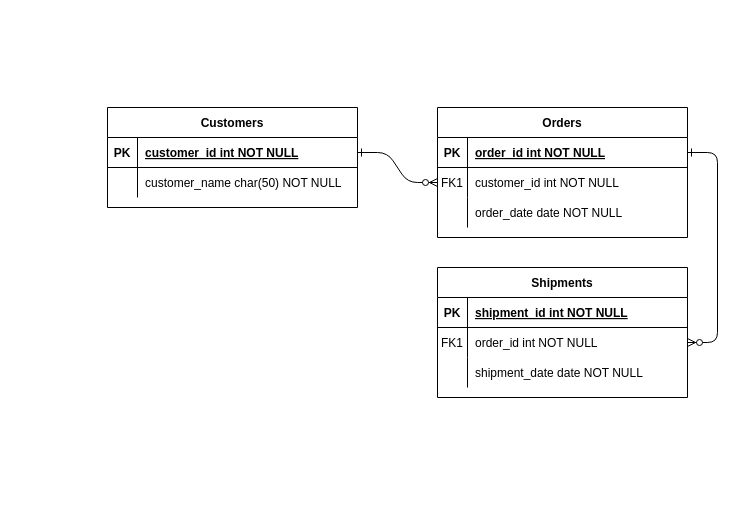
Earlier version of the draw.io diagram 제목 없는 다이어그램.drawio (kimdohyun2/HomePractice). Source tidied: cells renumbered, new cells numbered last; positions are measured from the earlier drawing's top-left corner, leaving out a move shared by most shapes. Both pictures are drawn from the tidied source at 100%, with x=0, y=0 at pixel (107, 107).
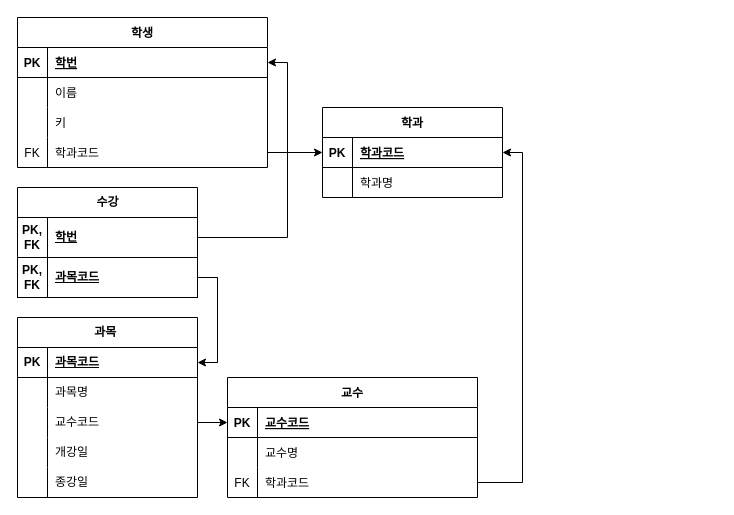
The same diagram, later.

Commit message:
제목 없는 다이어그램.drawio 업데이트

Unchanged cells that the change refers to:
```xml
<mxCell id="15" style="shape=partialRectangle;fillColor=none;points=[[0,0.5],[1,0.5]];portConstraint=eastwest;top=0;left=0;right=0;bottom=1;" parent="14" vertex="1">
  <mxGeometry y="30" width="250" height="30" as="geometry" />
</mxCell>
<mxCell id="18" style="shape=partialRectangle;fillColor=none;points=[[0,0.5],[1,0.5]];portConstraint=eastwest;top=0;left=0;right=0;bottom=0;" parent="14" vertex="1">
  <mxGeometry y="60" width="250" height="30" as="geometry" />
</mxCell>
<mxCell id="21" style="shape=partialRectangle;fillColor=none;points=[[0,0.5],[1,0.5]];portConstraint=eastwest;top=0;left=0;right=0;bottom=0;" parent="14" vertex="1">
  <mxGeometry y="90" width="250" height="30" as="geometry" />
</mxCell>
<mxCell id="25" style="shape=partialRectangle;fillColor=none;points=[[0,0.5],[1,0.5]];portConstraint=eastwest;top=0;left=0;right=0;bottom=1;" parent="24" vertex="1">
  <mxGeometry y="30" width="250" height="30" as="geometry" />
</mxCell>
<mxCell id="28" style="shape=partialRectangle;fillColor=none;top=0;left=0;right=0;bottom=0;" parent="24" vertex="1">
  <mxGeometry y="60" width="250" height="30" as="geometry" />
</mxCell>
```

Change to the diagram source:
```diff
@@
-    <mxCell id="2" style="edgeStyle=entityRelationEdgeStyle;endArrow=ERzeroToMany;startArrow=ERone;endFill=1;startFill=0;" parent="1" edge="1" source="25" target="8">
-      <mxGeometry relative="1" as="geometry" />
-    </mxCell>
-    <mxCell id="3" style="edgeStyle=entityRelationEdgeStyle;endArrow=ERzeroToMany;startArrow=ERone;endFill=1;startFill=0;" parent="1" edge="1" source="5" target="18">
-      <mxGeometry relative="1" as="geometry" />
-    </mxCell>
-    <mxCell id="4" value="Orders" style="shape=table;startSize=30;childLayout=tableLayout;rowLines=0;fontStyle=1;align=center;" parent="1" vertex="1">
-      <mxGeometry x="330" width="250" height="130" as="geometry" />
+    <mxCell id="4" value="학과" style="shape=table;startSize=30;childLayout=tableLayout;rowLines=0;fontStyle=1;align=center;" parent="1" vertex="1">
+      <mxGeometry x="215" width="180" height="90" as="geometry" />
     </mxCell>
     <mxCell id="5" style="shape=partialRectangle;fillColor=none;points=[[0,0.5],[1,0.5]];portConstraint=eastwest;top=0;left=0;right=0;bottom=1;" parent="4" vertex="1">
-      <mxGeometry y="30" width="250" height="30" as="geometry" />
+      <mxGeometry y="30" width="180" height="30" as="geometry" />
     </mxCell>
@@
-    <mxCell id="7" value="order_id int NOT NULL " style="shape=partialRectangle;overflow=hidden;fillColor=none;top=0;left=0;bottom=0;right=0;align=left;spacingLeft=6;fontStyle=5;" parent="5" vertex="1">
-      <mxGeometry x="30" width="220" height="30" as="geometry" />
+    <mxCell id="7" value="학과코드" style="shape=partialRectangle;overflow=hidden;fillColor=none;top=0;left=0;bottom=0;right=0;align=left;spacingLeft=6;fontStyle=5;" parent="5" vertex="1">
+      <mxGeometry x="30" width="150" height="30" as="geometry" />
     </mxCell>
     <mxCell id="8" style="shape=partialRectangle;fillColor=none;points=[[0,0.5],[1,0.5]];portConstraint=eastwest;top=0;left=0;right=0;bottom=0;" parent="4" vertex="1">
-      <mxGeometry y="60" width="250" height="30" as="geometry" />
+      <mxGeometry y="60" width="180" height="30" as="geometry" />
     </mxCell>
-    <mxCell id="9" value="FK1" style="shape=partialRectangle;overflow=hidden;fillColor=none;top=0;left=0;bottom=0;right=0;" parent="8" vertex="1">
+    <mxCell id="9" style="shape=partialRectangle;overflow=hidden;fillColor=none;top=0;left=0;bottom=0;right=0;" parent="8" vertex="1">
       <mxGeometry width="30" height="30" as="geometry" />
     </mxCell>
-    <mxCell id="10" value="customer_id int NOT NULL" style="shape=partialRectangle;overflow=hidden;fillColor=none;top=0;left=0;bottom=0;right=0;align=left;spacingLeft=6;" parent="8" vertex="1">
-      <mxGeometry x="30" width="220" height="30" as="geometry" />
+    <mxCell id="10" value="학과명" style="shape=partialRectangle;overflow=hidden;fillColor=none;top=0;left=0;bottom=0;right=0;align=left;spacingLeft=6;" parent="8" vertex="1">
+      <mxGeometry x="30" width="150" height="30" as="geometry" />
     </mxCell>
-    <mxCell id="11" style="shape=partialRectangle;fillColor=none;top=0;left=0;right=0;bottom=0;" parent="4" vertex="1">
-      <mxGeometry y="90" width="250" height="30" as="geometry" />
-    </mxCell>
-    <mxCell id="12" style="shape=partialRectangle;overflow=hidden;fillColor=none;top=0;left=0;bottom=0;right=0;" parent="11" vertex="1">
-      <mxGeometry width="30" height="30" as="geometry" />
-    </mxCell>
-    <mxCell id="13" value="order_date date NOT NULL" style="shape=partialRectangle;overflow=hidden;fillColor=none;top=0;left=0;bottom=0;right=0;align=left;spacingLeft=6;" parent="11" vertex="1">
-      <mxGeometry x="30" width="220" height="30" as="geometry" />
-    </mxCell>
-    <mxCell id="14" value="Shipments" style="shape=table;startSize=30;childLayout=tableLayout;rowLines=0;fontStyle=1;align=center;" parent="1" vertex="1">
-      <mxGeometry x="330" y="160" width="250" height="130" as="geometry" />
+    <mxCell id="14" value="교수" style="shape=table;startSize=30;childLayout=tableLayout;rowLines=0;fontStyle=1;align=center;" parent="1" vertex="1">
+      <mxGeometry x="120" y="270" width="250" height="120" as="geometry" />
     </mxCell>
@@
-    <mxCell id="17" value="shipment_id int NOT NULL " style="shape=partialRectangle;overflow=hidden;fillColor=none;top=0;left=0;bottom=0;right=0;align=left;spacingLeft=6;fontStyle=5;" parent="15" vertex="1">
+    <mxCell id="17" value="교수코드" style="shape=partialRectangle;overflow=hidden;fillColor=none;top=0;left=0;bottom=0;right=0;align=left;spacingLeft=6;fontStyle=5;" parent="15" vertex="1">
       <mxGeometry x="30" width="220" height="30" as="geometry" />
     </mxCell>
@@
-    <mxCell id="19" value="FK1" style="shape=partialRectangle;overflow=hidden;fillColor=none;top=0;left=0;bottom=0;right=0;" parent="18" vertex="1">
+    <mxCell id="19" style="shape=partialRectangle;overflow=hidden;fillColor=none;top=0;left=0;bottom=0;right=0;" parent="18" vertex="1">
       <mxGeometry width="30" height="30" as="geometry" />
     </mxCell>
-    <mxCell id="20" value="order_id int NOT NULL" style="shape=partialRectangle;overflow=hidden;fillColor=none;top=0;left=0;bottom=0;right=0;align=left;spacingLeft=6;" parent="18" vertex="1">
+    <mxCell id="20" value="교수명" style="shape=partialRectangle;overflow=hidden;fillColor=none;top=0;left=0;bottom=0;right=0;align=left;spacingLeft=6;" parent="18" vertex="1">
       <mxGeometry x="30" width="220" height="30" as="geometry" />
     </mxCell>
@@
-    <mxCell id="22" style="shape=partialRectangle;overflow=hidden;fillColor=none;top=0;left=0;bottom=0;right=0;" parent="21" vertex="1">
+    <mxCell id="22" value="FK" style="shape=partialRectangle;overflow=hidden;fillColor=none;top=0;left=0;bottom=0;right=0;" parent="21" vertex="1">
       <mxGeometry width="30" height="30" as="geometry" />
     </mxCell>
-    <mxCell id="23" value="shipment_date date NOT NULL" style="shape=partialRectangle;overflow=hidden;fillColor=none;top=0;left=0;bottom=0;right=0;align=left;spacingLeft=6;" parent="21" vertex="1">
+    <mxCell id="23" value="학과코드" style="shape=partialRectangle;overflow=hidden;fillColor=none;top=0;left=0;bottom=0;right=0;align=left;spacingLeft=6;" parent="21" vertex="1">
       <mxGeometry x="30" width="220" height="30" as="geometry" />
     </mxCell>
+    <mxCell id="31" style="group;" parent="1" vertex="1">
+      <mxGeometry x="-90" y="-90" width="250" height="140" as="geometry" />
+    </mxCell>
-    <mxCell id="24" value="Customers" style="shape=table;startSize=30;childLayout=tableLayout;rowLines=0;fontStyle=1;align=center;" parent="1" vertex="1">
-      <mxGeometry width="250" height="100" as="geometry" />
+    <mxCell id="24" value="학생" style="shape=table;startSize=30;childLayout=tableLayout;rowLines=0;fontStyle=1;align=center;" parent="31" vertex="1">
+      <mxGeometry width="250" height="150" as="geometry" />
     </mxCell>
@@
-    <mxCell id="27" value="customer_id int NOT NULL " style="shape=partialRectangle;overflow=hidden;fillColor=none;top=0;left=0;bottom=0;right=0;align=left;spacingLeft=6;fontStyle=5;" parent="25" vertex="1">
+    <mxCell id="27" value="학번" style="shape=partialRectangle;overflow=hidden;fillColor=none;top=0;left=0;bottom=0;right=0;align=left;spacingLeft=6;fontStyle=5;" parent="25" vertex="1">
       <mxGeometry x="30" width="220" height="30" as="geometry" />
     </mxCell>
@@
-    <mxCell id="30" value="customer_name char(50) NOT NULL" style="shape=partialRectangle;overflow=hidden;fillColor=none;top=0;left=0;bottom=0;right=0;align=left;spacingLeft=6;" parent="28" vertex="1">
+    <mxCell id="30" value="이름" style="shape=partialRectangle;overflow=hidden;fillColor=none;top=0;left=0;bottom=0;right=0;align=left;spacingLeft=6;" parent="28" vertex="1">
       <mxGeometry x="30" width="220" height="30" as="geometry" />
     </mxCell>
+    <mxCell id="11" style="shape=partialRectangle;fillColor=none;top=0;left=0;right=0;bottom=0;" parent="24" vertex="1">
+      <mxGeometry y="90" width="250" height="30" as="geometry" />
+    </mxCell>
+    <mxCell id="12" style="shape=partialRectangle;overflow=hidden;fillColor=none;top=0;left=0;bottom=0;right=0;" parent="11" vertex="1">
+      <mxGeometry width="30" height="30" as="geometry" />
+    </mxCell>
+    <mxCell id="32" value="키" style="shape=partialRectangle;overflow=hidden;fillColor=none;top=0;left=0;bottom=0;right=0;align=left;spacingLeft=6;" parent="11" vertex="1">
+      <mxGeometry x="30" width="220" height="30" as="geometry" />
+    </mxCell>
+    <mxCell id="33" style="shape=partialRectangle;fillColor=none;points=[[0,0.5],[1,0.5]];portConstraint=eastwest;top=0;left=0;right=0;bottom=0;" parent="24" vertex="1">
+      <mxGeometry y="120" width="250" height="30" as="geometry" />
+    </mxCell>
+    <mxCell id="34" value="FK" style="shape=partialRectangle;overflow=hidden;fillColor=none;top=0;left=0;bottom=0;right=0;" parent="33" vertex="1">
+      <mxGeometry width="30" height="30" as="geometry" />
+    </mxCell>
+    <mxCell id="35" value="학과코드" style="shape=partialRectangle;overflow=hidden;fillColor=none;top=0;left=0;bottom=0;right=0;align=left;spacingLeft=6;" parent="33" vertex="1">
+      <mxGeometry x="30" width="220" height="30" as="geometry" />
+    </mxCell>
+    <mxCell id="36" value="수강" style="shape=table;startSize=30;childLayout=tableLayout;rowLines=0;fontStyle=1;align=center;html=1;" parent="1" vertex="1">
+      <mxGeometry x="-90" y="80" width="180" height="110" as="geometry" />
+    </mxCell>
+    <mxCell id="37" style="shape=tableRow;horizontal=0;startSize=0;swimlaneHead=0;swimlaneBody=0;fillColor=none;points=[[0,0.5],[1,0.5]];portConstraint=eastwest;top=0;left=0;right=0;bottom=1;" parent="36" vertex="1">
+      <mxGeometry y="30" width="180" height="40" as="geometry" />
+    </mxCell>
+    <mxCell id="38" value="PK,&lt;div&gt;FK&lt;/div&gt;" style="shape=partialRectangle;fillColor=none;top=0;left=0;bottom=0;right=0;fontStyle=1;overflow=hidden;whiteSpace=wrap;html=1;" parent="37" vertex="1">
+      <mxGeometry width="30" height="40" as="geometry" />
+    </mxCell>
+    <mxCell id="39" value="학번" style="shape=partialRectangle;fillColor=none;top=0;left=0;bottom=0;right=0;align=left;spacingLeft=6;fontStyle=5;overflow=hidden;whiteSpace=wrap;html=1;" parent="37" vertex="1">
+      <mxGeometry x="30" width="150" height="40" as="geometry" />
+    </mxCell>
+    <mxCell id="40" style="shape=tableRow;horizontal=0;startSize=0;swimlaneHead=0;swimlaneBody=0;fillColor=none;points=[[0,0.5],[1,0.5]];portConstraint=eastwest;top=0;left=0;right=0;bottom=1;" parent="36" vertex="1">
+      <mxGeometry y="70" width="180" height="40" as="geometry" />
+    </mxCell>
+    <mxCell id="41" value="PK,&lt;div&gt;FK&lt;/div&gt;" style="shape=partialRectangle;fillColor=none;top=0;left=0;bottom=0;right=0;fontStyle=1;overflow=hidden;whiteSpace=wrap;html=1;" parent="40" vertex="1">
+      <mxGeometry width="30" height="40" as="geometry" />
+    </mxCell>
+    <mxCell id="42" value="과목코드" style="shape=partialRectangle;fillColor=none;top=0;left=0;bottom=0;right=0;align=left;spacingLeft=6;fontStyle=5;overflow=hidden;whiteSpace=wrap;html=1;" parent="40" vertex="1">
+      <mxGeometry x="30" width="150" height="40" as="geometry" />
+    </mxCell>
+    <mxCell id="43" style="edgeStyle=orthogonalEdgeStyle;rounded=0;jettySize=auto;html=1;entryX=0;entryY=0.5;entryDx=0;entryDy=0;" parent="1" edge="1" source="33" target="5">
+      <mxGeometry relative="1" as="geometry" />
+    </mxCell>
+    <mxCell id="44" value="과목&lt;span style=&quot;white-space: pre;&quot;&gt;&#9;&lt;/span&gt;" style="shape=table;startSize=30;childLayout=tableLayout;rowLines=0;fontStyle=1;align=center;html=1;" parent="1" vertex="1">
+      <mxGeometry x="-90" y="210" width="180" height="180" as="geometry" />
+    </mxCell>
+    <mxCell id="45" style="shape=tableRow;horizontal=0;startSize=0;swimlaneHead=0;swimlaneBody=0;fillColor=none;points=[[0,0.5],[1,0.5]];portConstraint=eastwest;top=0;left=0;right=0;bottom=1;" parent="44" vertex="1">
+      <mxGeometry y="30" width="180" height="30" as="geometry" />
+    </mxCell>
+    <mxCell id="46" value="PK" style="shape=partialRectangle;fillColor=none;top=0;left=0;bottom=0;right=0;fontStyle=1;overflow=hidden;whiteSpace=wrap;html=1;" parent="45" vertex="1">
+      <mxGeometry width="30" height="30" as="geometry" />
+    </mxCell>
+    <mxCell id="47" value="과목코드" style="shape=partialRectangle;fillColor=none;top=0;left=0;bottom=0;right=0;align=left;spacingLeft=6;fontStyle=5;overflow=hidden;whiteSpace=wrap;html=1;" parent="45" vertex="1">
+      <mxGeometry x="30" width="150" height="30" as="geometry" />
+    </mxCell>
+    <mxCell id="48" style="shape=tableRow;horizontal=0;startSize=0;swimlaneHead=0;swimlaneBody=0;fillColor=none;top=0;left=0;right=0;bottom=0;" parent="44" vertex="1">
+      <mxGeometry y="60" width="180" height="30" as="geometry" />
+    </mxCell>
+    <mxCell id="49" style="shape=partialRectangle;fillColor=none;top=0;left=0;bottom=0;right=0;overflow=hidden;whiteSpace=wrap;html=1;" parent="48" vertex="1">
+      <mxGeometry width="30" height="30" as="geometry" />
+    </mxCell>
+    <mxCell id="50" value="과목명" style="shape=partialRectangle;fillColor=none;top=0;left=0;bottom=0;right=0;align=left;spacingLeft=6;overflow=hidden;whiteSpace=wrap;html=1;" parent="48" vertex="1">
+      <mxGeometry x="30" width="150" height="30" as="geometry" />
+    </mxCell>
+    <mxCell id="51" style="shape=tableRow;horizontal=0;startSize=0;swimlaneHead=0;swimlaneBody=0;fillColor=none;points=[[0,0.5],[1,0.5]];portConstraint=eastwest;top=0;left=0;right=0;bottom=0;" parent="44" vertex="1">
+      <mxGeometry y="90" width="180" height="30" as="geometry" />
+    </mxCell>
+    <mxCell id="52" style="shape=partialRectangle;fillColor=none;top=0;left=0;bottom=0;right=0;overflow=hidden;whiteSpace=wrap;html=1;" parent="51" vertex="1">
+      <mxGeometry width="30" height="30" as="geometry" />
+    </mxCell>
+    <mxCell id="53" value="교수코드" style="shape=partialRectangle;fillColor=none;top=0;left=0;bottom=0;right=0;align=left;spacingLeft=6;overflow=hidden;whiteSpace=wrap;html=1;" parent="51" vertex="1">
+      <mxGeometry x="30" width="150" height="30" as="geometry" />
+    </mxCell>
+    <mxCell id="54" style="shape=tableRow;horizontal=0;startSize=0;swimlaneHead=0;swimlaneBody=0;fillColor=none;top=0;left=0;right=0;bottom=0;" parent="44" vertex="1">
+      <mxGeometry y="120" width="180" height="30" as="geometry" />
+    </mxCell>
+    <mxCell id="55" style="shape=partialRectangle;fillColor=none;top=0;left=0;bottom=0;right=0;overflow=hidden;whiteSpace=wrap;html=1;" parent="54" vertex="1">
+      <mxGeometry width="30" height="30" as="geometry" />
+    </mxCell>
+    <mxCell id="56" value="개강일" style="shape=partialRectangle;fillColor=none;top=0;left=0;bottom=0;right=0;align=left;spacingLeft=6;overflow=hidden;whiteSpace=wrap;html=1;" parent="54" vertex="1">
+      <mxGeometry x="30" width="150" height="30" as="geometry" />
+    </mxCell>
+    <mxCell id="57" style="shape=tableRow;horizontal=0;startSize=0;swimlaneHead=0;swimlaneBody=0;fillColor=none;top=0;left=0;right=0;bottom=0;" parent="44" vertex="1">
+      <mxGeometry y="150" width="180" height="30" as="geometry" />
+    </mxCell>
+    <mxCell id="58" style="shape=partialRectangle;fillColor=none;top=0;left=0;bottom=0;right=0;overflow=hidden;whiteSpace=wrap;html=1;" parent="57" vertex="1">
+      <mxGeometry width="30" height="30" as="geometry" />
+    </mxCell>
+    <mxCell id="59" value="종강일" style="shape=partialRectangle;fillColor=none;top=0;left=0;bottom=0;right=0;align=left;spacingLeft=6;overflow=hidden;whiteSpace=wrap;html=1;" parent="57" vertex="1">
+      <mxGeometry x="30" width="150" height="30" as="geometry" />
+    </mxCell>
+    <mxCell id="60" style="edgeStyle=orthogonalEdgeStyle;rounded=0;jettySize=auto;html=1;entryX=0;entryY=0.5;entryDx=0;entryDy=0;" parent="1" edge="1" source="51" target="15">
+      <mxGeometry relative="1" as="geometry" />
+    </mxCell>
+    <mxCell id="61" style="edgeStyle=orthogonalEdgeStyle;rounded=0;jettySize=auto;html=1;entryX=1;entryY=0.5;entryDx=0;entryDy=0;" parent="1" edge="1" source="37" target="25">
+      <mxGeometry relative="1" as="geometry" />
+    </mxCell>
+    <mxCell id="62" style="edgeStyle=orthogonalEdgeStyle;rounded=0;jettySize=auto;html=1;exitX=1;exitY=0.5;exitDx=0;exitDy=0;entryX=1;entryY=0.5;entryDx=0;entryDy=0;" parent="1" edge="1" source="40" target="45">
+      <mxGeometry relative="1" as="geometry" />
+    </mxCell>
+    <mxCell id="63" style="edgeStyle=orthogonalEdgeStyle;rounded=0;jettySize=auto;html=1;entryX=1;entryY=0.5;entryDx=0;entryDy=0;" parent="1" edge="1" source="21" target="5">
+      <mxGeometry relative="1" as="geometry" />
+    </mxCell>
```
